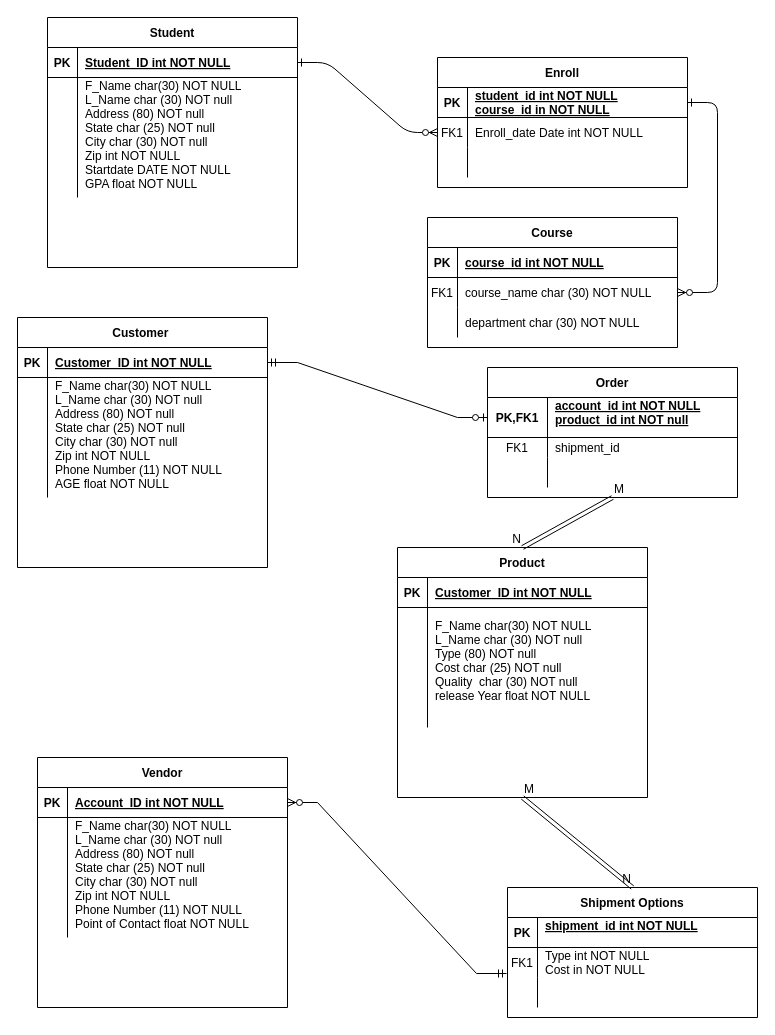
Above: Untitled Diagram.drawio in LaRaya2005/hello-world (draw.io), before the change. Source tidied: cells renumbered, new cells numbered last; positions are measured from the earlier drawing's top-left corner, leaving out a move shared by most shapes. Both pictures are drawn from the tidied source at 100%, with x=0, y=0 at pixel (17, 17).
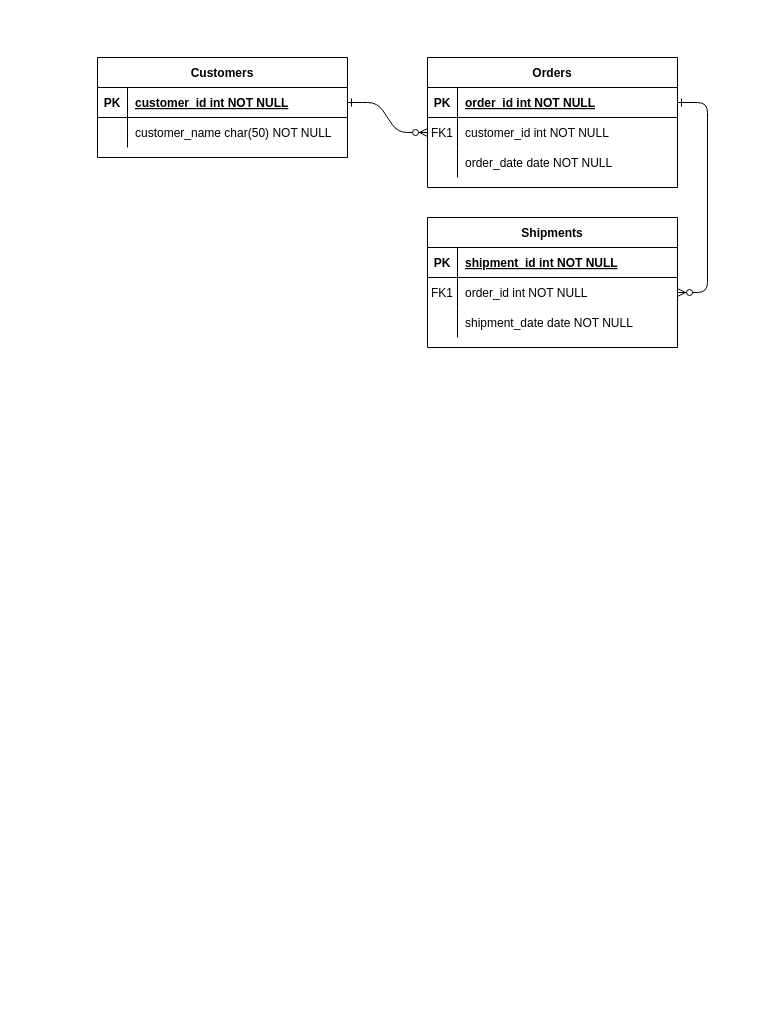
The same diagram, later.

Unchanged cells that the change refers to:
```xml
<mxCell id="5" style="shape=partialRectangle;fillColor=none;points=[[0,0.5],[1,0.5]];portConstraint=eastwest;top=0;left=0;right=0;bottom=1;" parent="4" vertex="1">
  <mxGeometry y="30" width="250" height="30" as="geometry" />
</mxCell>
<mxCell id="8" style="shape=partialRectangle;fillColor=none;points=[[0,0.5],[1,0.5]];portConstraint=eastwest;top=0;left=0;right=0;bottom=0;" parent="4" vertex="1">
  <mxGeometry y="60" width="250" height="30" as="geometry" />
</mxCell>
<mxCell id="11" style="shape=partialRectangle;fillColor=none;top=0;left=0;right=0;bottom=0;" parent="4" vertex="1">
  <mxGeometry y="90" width="250" height="30" as="geometry" />
</mxCell>
<mxCell id="15" style="shape=partialRectangle;fillColor=none;top=0;left=0;right=0;bottom=1;" parent="14" vertex="1">
  <mxGeometry y="30" width="250" height="30" as="geometry" />
</mxCell>
<mxCell id="18" style="shape=partialRectangle;fillColor=none;points=[[0,0.5],[1,0.5]];portConstraint=eastwest;top=0;left=0;right=0;bottom=0;" parent="14" vertex="1">
  <mxGeometry y="60" width="250" height="30" as="geometry" />
</mxCell>
<mxCell id="21" style="shape=partialRectangle;fillColor=none;top=0;left=0;right=0;bottom=0;" parent="14" vertex="1">
  <mxGeometry y="90" width="250" height="30" as="geometry" />
</mxCell>
<mxCell id="25" style="shape=partialRectangle;fillColor=none;points=[[0,0.5],[1,0.5]];portConstraint=eastwest;top=0;left=0;right=0;bottom=1;" parent="24" vertex="1">
  <mxGeometry y="30" width="250" height="30" as="geometry" />
</mxCell>
```

Change to the diagram source:
```diff
@@
-    <mxCell id="4" value="Enroll" style="shape=table;startSize=30;childLayout=tableLayout;rowLines=0;fontStyle=1;align=center;" parent="1" vertex="1">
-      <mxGeometry x="420" y="40" width="250" height="130" as="geometry" />
+    <mxCell id="4" value="Orders" style="shape=table;startSize=30;childLayout=tableLayout;rowLines=0;fontStyle=1;align=center;" parent="1" vertex="1">
+      <mxGeometry x="410" y="40" width="250" height="130" as="geometry" />
     </mxCell>
@@
-    <mxCell id="7" value="student_id int NOT NULL &#10;course_id in NOT NULL" style="shape=partialRectangle;overflow=hidden;fillColor=none;top=0;left=0;bottom=0;right=0;align=left;spacingLeft=6;fontStyle=5;" parent="5" vertex="1">
+    <mxCell id="7" value="order_id int NOT NULL " style="shape=partialRectangle;overflow=hidden;fillColor=none;top=0;left=0;bottom=0;right=0;align=left;spacingLeft=6;fontStyle=5;" parent="5" vertex="1">
       <mxGeometry x="30" width="220" height="30" as="geometry" />
     </mxCell>
@@
-    <mxCell id="10" value="Enroll_date Date int NOT NULL" style="shape=partialRectangle;overflow=hidden;fillColor=none;top=0;left=0;bottom=0;right=0;align=left;spacingLeft=6;" parent="8" vertex="1">
+    <mxCell id="10" value="customer_id int NOT NULL" style="shape=partialRectangle;overflow=hidden;fillColor=none;top=0;left=0;bottom=0;right=0;align=left;spacingLeft=6;" parent="8" vertex="1">
       <mxGeometry x="30" width="220" height="30" as="geometry" />
     </mxCell>
@@
-    <mxCell id="13" style="shape=partialRectangle;overflow=hidden;fillColor=none;top=0;left=0;bottom=0;right=0;align=left;spacingLeft=6;" parent="11" vertex="1">
+    <mxCell id="13" value="order_date date NOT NULL" style="shape=partialRectangle;overflow=hidden;fillColor=none;top=0;left=0;bottom=0;right=0;align=left;spacingLeft=6;" parent="11" vertex="1">
       <mxGeometry x="30" width="220" height="30" as="geometry" />
     </mxCell>
-    <mxCell id="14" value="Course" style="shape=table;startSize=30;childLayout=tableLayout;rowLines=0;fontStyle=1;align=center;" parent="1" vertex="1">
+    <mxCell id="14" value="Shipments" style="shape=table;startSize=30;childLayout=tableLayout;rowLines=0;fontStyle=1;align=center;" parent="1" vertex="1">
       <mxGeometry x="410" y="200" width="250" height="130" as="geometry" />
     </mxCell>
@@
-    <mxCell id="17" value="course_id int NOT NULL " style="shape=partialRectangle;overflow=hidden;fillColor=none;top=0;left=0;bottom=0;right=0;align=left;spacingLeft=6;fontStyle=5;" parent="15" vertex="1">
+    <mxCell id="17" value="shipment_id int NOT NULL " style="shape=partialRectangle;overflow=hidden;fillColor=none;top=0;left=0;bottom=0;right=0;align=left;spacingLeft=6;fontStyle=5;" parent="15" vertex="1">
       <mxGeometry x="30" width="220" height="30" as="geometry" />
     </mxCell>
@@
-    <mxCell id="20" value="course_name char (30) NOT NULL" style="shape=partialRectangle;overflow=hidden;fillColor=none;top=0;left=0;bottom=0;right=0;align=left;spacingLeft=6;" parent="18" vertex="1">
+    <mxCell id="20" value="order_id int NOT NULL" style="shape=partialRectangle;overflow=hidden;fillColor=none;top=0;left=0;bottom=0;right=0;align=left;spacingLeft=6;" parent="18" vertex="1">
       <mxGeometry x="30" width="220" height="30" as="geometry" />
     </mxCell>
@@
-    <mxCell id="23" value="department char (30) NOT NULL" style="shape=partialRectangle;overflow=hidden;fillColor=none;top=0;left=0;bottom=0;right=0;align=left;spacingLeft=6;" parent="21" vertex="1">
+    <mxCell id="23" value="shipment_date date NOT NULL" style="shape=partialRectangle;overflow=hidden;fillColor=none;top=0;left=0;bottom=0;right=0;align=left;spacingLeft=6;" parent="21" vertex="1">
       <mxGeometry x="30" width="220" height="30" as="geometry" />
     </mxCell>
-    <mxCell id="24" value="Student" style="shape=table;startSize=30;childLayout=tableLayout;rowLines=0;fontStyle=1;align=center;" parent="1" vertex="1">
-      <mxGeometry x="30" width="250" height="250" as="geometry" />
+    <mxCell id="24" value="Customers" style="shape=table;startSize=30;childLayout=tableLayout;rowLines=0;fontStyle=1;align=center;" parent="1" vertex="1">
+      <mxGeometry x="80" y="40" width="250" height="100" as="geometry" />
     </mxCell>
@@
-    <mxCell id="27" value="Student_ID int NOT NULL " style="shape=partialRectangle;overflow=hidden;fillColor=none;top=0;left=0;bottom=0;right=0;align=left;spacingLeft=6;fontStyle=5;" parent="25" vertex="1">
+    <mxCell id="27" value="customer_id int NOT NULL " style="shape=partialRectangle;overflow=hidden;fillColor=none;top=0;left=0;bottom=0;right=0;align=left;spacingLeft=6;fontStyle=5;" parent="25" vertex="1">
       <mxGeometry x="30" width="220" height="30" as="geometry" />
     </mxCell>
     <mxCell id="28" style="shape=partialRectangle;fillColor=none;top=0;left=0;right=0;bottom=0;" parent="24" vertex="1">
-      <mxGeometry y="60" width="250" height="120" as="geometry" />
+      <mxGeometry y="60" width="250" height="30" as="geometry" />
     </mxCell>
     <mxCell id="29" style="shape=partialRectangle;overflow=hidden;fillColor=none;top=0;left=0;bottom=0;right=0;" parent="28" vertex="1">
-      <mxGeometry width="30" height="120" as="geometry" />
+      <mxGeometry width="30" height="30" as="geometry" />
     </mxCell>
-    <mxCell id="30" value="F_Name char(30) NOT NULL&#10;L_Name char (30) NOT null&#10;Address (80) NOT null&#10;State char (25) NOT null&#10;City char (30) NOT null&#10;Zip int NOT NULL&#10;Startdate DATE NOT NULL&#10;GPA float NOT NULL&#10;" style="shape=partialRectangle;overflow=hidden;fillColor=none;top=0;left=0;bottom=0;right=0;align=left;spacingLeft=6;" parent="28" vertex="1">
-      <mxGeometry x="30" width="220" height="120" as="geometry" />
+    <mxCell id="30" value="customer_name char(50) NOT NULL" style="shape=partialRectangle;overflow=hidden;fillColor=none;top=0;left=0;bottom=0;right=0;align=left;spacingLeft=6;" parent="28" vertex="1">
+      <mxGeometry x="30" width="220" height="30" as="geometry" />
     </mxCell>
-    <mxCell id="31" value="Customer " style="shape=table;startSize=30;childLayout=tableLayout;rowLines=0;fontStyle=1;align=center;" parent="1" vertex="1">
-      <mxGeometry y="300" width="250" height="250" as="geometry" />
-    </mxCell>
-    <mxCell id="32" style="shape=partialRectangle;fillColor=none;points=[[0,0.5],[1,0.5]];portConstraint=eastwest;top=0;left=0;right=0;bottom=1;" parent="31" vertex="1">
-      <mxGeometry y="30" width="250" height="30" as="geometry" />
-    </mxCell>
-    <mxCell id="33" value="PK" style="shape=partialRectangle;overflow=hidden;fillColor=none;top=0;left=0;bottom=0;right=0;fontStyle=1;" parent="32" vertex="1">
-      <mxGeometry width="30" height="30" as="geometry" />
-    </mxCell>
-    <mxCell id="34" value="Customer_ID int NOT NULL " style="shape=partialRectangle;overflow=hidden;fillColor=none;top=0;left=0;bottom=0;right=0;align=left;spacingLeft=6;fontStyle=5;" parent="32" vertex="1">
-      <mxGeometry x="30" width="220" height="30" as="geometry" />
-    </mxCell>
-    <mxCell id="35" style="shape=partialRectangle;fillColor=none;top=0;left=0;right=0;bottom=0;" parent="31" vertex="1">
-      <mxGeometry y="60" width="250" height="120" as="geometry" />
-    </mxCell>
-    <mxCell id="36" style="shape=partialRectangle;overflow=hidden;fillColor=none;top=0;left=0;bottom=0;right=0;" parent="35" vertex="1">
-      <mxGeometry width="30" height="120" as="geometry" />
-    </mxCell>
-    <mxCell id="37" value="F_Name char(30) NOT NULL&#10;L_Name char (30) NOT null&#10;Address (80) NOT null&#10;State char (25) NOT null&#10;City char (30) NOT null&#10;Zip int NOT NULL&#10;Phone Number (11) NOT NULL&#10;AGE float NOT NULL&#10;" style="shape=partialRectangle;overflow=hidden;fillColor=none;top=0;left=0;bottom=0;right=0;align=left;spacingLeft=6;" parent="35" vertex="1">
-      <mxGeometry x="30" width="220" height="120" as="geometry" />
-    </mxCell>
-    <mxCell id="38" value="Shipment Options" style="shape=table;startSize=30;childLayout=tableLayout;rowLines=0;fontStyle=1;align=center;" parent="1" vertex="1">
-      <mxGeometry x="490" y="870" width="250" height="130" as="geometry" />
-    </mxCell>
-    <mxCell id="39" style="shape=partialRectangle;fillColor=none;top=0;left=0;right=0;bottom=1;" parent="38" vertex="1">
-      <mxGeometry y="30" width="250" height="30" as="geometry" />
-    </mxCell>
-    <mxCell id="40" value="PK" style="shape=partialRectangle;overflow=hidden;fillColor=none;top=0;left=0;bottom=0;right=0;fontStyle=1;" parent="39" vertex="1">
-      <mxGeometry width="30" height="30" as="geometry" />
-    </mxCell>
-    <mxCell id="41" value="shipment_id int NOT NULL &#10;" style="shape=partialRectangle;overflow=hidden;fillColor=none;top=0;left=0;bottom=0;right=0;align=left;spacingLeft=6;fontStyle=5;" parent="39" vertex="1">
-      <mxGeometry x="30" width="220" height="30" as="geometry" />
-    </mxCell>
-    <mxCell id="42" style="shape=partialRectangle;fillColor=none;points=[[0,0.5],[1,0.5]];portConstraint=eastwest;top=0;left=0;right=0;bottom=0;" parent="38" vertex="1">
-      <mxGeometry y="60" width="250" height="30" as="geometry" />
-    </mxCell>
-    <mxCell id="43" value="FK1" style="shape=partialRectangle;overflow=hidden;fillColor=none;top=0;left=0;bottom=0;right=0;" parent="42" vertex="1">
-      <mxGeometry width="30" height="30" as="geometry" />
-    </mxCell>
-    <mxCell id="44" value="Type int NOT NULL&#10;Cost in NOT NULL" style="shape=partialRectangle;overflow=hidden;fillColor=none;top=0;left=0;bottom=0;right=0;align=left;spacingLeft=6;" parent="42" vertex="1">
-      <mxGeometry x="30" width="220" height="30" as="geometry" />
-    </mxCell>
-    <mxCell id="45" style="shape=partialRectangle;fillColor=none;top=0;left=0;right=0;bottom=0;" parent="38" vertex="1">
-      <mxGeometry y="90" width="250" height="30" as="geometry" />
-    </mxCell>
-    <mxCell id="46" style="shape=partialRectangle;overflow=hidden;fillColor=none;top=0;left=0;bottom=0;right=0;" parent="45" vertex="1">
-      <mxGeometry width="30" height="30" as="geometry" />
-    </mxCell>
-    <mxCell id="47" style="shape=partialRectangle;overflow=hidden;fillColor=none;top=0;left=0;bottom=0;right=0;align=left;spacingLeft=6;" parent="45" vertex="1">
-      <mxGeometry x="30" width="220" height="30" as="geometry" />
-    </mxCell>
-    <mxCell id="48" value="Vendor" style="shape=table;startSize=30;childLayout=tableLayout;rowLines=0;fontStyle=1;align=center;" parent="1" vertex="1">
-      <mxGeometry x="20" y="740" width="250" height="250" as="geometry" />
-    </mxCell>
-    <mxCell id="49" style="shape=partialRectangle;fillColor=none;points=[[0,0.5],[1,0.5]];portConstraint=eastwest;top=0;left=0;right=0;bottom=1;" parent="48" vertex="1">
-      <mxGeometry y="30" width="250" height="30" as="geometry" />
-    </mxCell>
-    <mxCell id="50" value="PK" style="shape=partialRectangle;overflow=hidden;fillColor=none;top=0;left=0;bottom=0;right=0;fontStyle=1;" parent="49" vertex="1">
-      <mxGeometry width="30" height="30" as="geometry" />
-    </mxCell>
-    <mxCell id="51" value="Account_ID int NOT NULL " style="shape=partialRectangle;overflow=hidden;fillColor=none;top=0;left=0;bottom=0;right=0;align=left;spacingLeft=6;fontStyle=5;" parent="49" vertex="1">
-      <mxGeometry x="30" width="220" height="30" as="geometry" />
-    </mxCell>
-    <mxCell id="52" style="shape=partialRectangle;fillColor=none;top=0;left=0;right=0;bottom=0;" parent="48" vertex="1">
-      <mxGeometry y="60" width="250" height="120" as="geometry" />
-    </mxCell>
-    <mxCell id="53" style="shape=partialRectangle;overflow=hidden;fillColor=none;top=0;left=0;bottom=0;right=0;" parent="52" vertex="1">
-      <mxGeometry width="30" height="120" as="geometry" />
-    </mxCell>
-    <mxCell id="54" value="F_Name char(30) NOT NULL&#10;L_Name char (30) NOT null&#10;Address (80) NOT null&#10;State char (25) NOT null&#10;City char (30) NOT null&#10;Zip int NOT NULL&#10;Phone Number (11) NOT NULL&#10;Point of Contact float NOT NULL&#10;" style="shape=partialRectangle;overflow=hidden;fillColor=none;top=0;left=0;bottom=0;right=0;align=left;spacingLeft=6;" parent="52" vertex="1">
-      <mxGeometry x="30" width="220" height="120" as="geometry" />
-    </mxCell>
-    <mxCell id="55" value="Order" style="shape=table;startSize=30;childLayout=tableLayout;rowLines=0;fontStyle=1;align=center;" parent="1" vertex="1">
-      <mxGeometry x="470" y="350" width="250" height="130" as="geometry" />
-    </mxCell>
-    <mxCell id="56" style="shape=partialRectangle;fillColor=none;points=[[0,0.5],[1,0.5]];portConstraint=eastwest;top=0;left=0;right=0;bottom=1;" parent="55" vertex="1">
-      <mxGeometry y="30" width="250" height="40" as="geometry" />
-    </mxCell>
-    <mxCell id="57" value="PK,FK1" style="shape=partialRectangle;overflow=hidden;fillColor=none;top=0;left=0;bottom=0;right=0;fontStyle=1;" parent="56" vertex="1">
-      <mxGeometry width="60" height="40" as="geometry" />
-    </mxCell>
-    <mxCell id="58" value="account_id int NOT NULL &#10;product_id int NOT null&#10;" style="shape=partialRectangle;overflow=hidden;fillColor=none;top=0;left=0;bottom=0;right=0;align=left;spacingLeft=6;fontStyle=5;" parent="56" vertex="1">
-      <mxGeometry x="60" width="190" height="40" as="geometry" />
-    </mxCell>
-    <mxCell id="59" style="shape=partialRectangle;fillColor=none;top=0;left=0;right=0;bottom=0;" parent="55" vertex="1">
-      <mxGeometry y="70" width="250" height="20" as="geometry" />
-    </mxCell>
-    <mxCell id="60" value="FK1" style="shape=partialRectangle;overflow=hidden;fillColor=none;top=0;left=0;bottom=0;right=0;" parent="59" vertex="1">
-      <mxGeometry width="60" height="20" as="geometry" />
-    </mxCell>
-    <mxCell id="61" value="shipment_id" style="shape=partialRectangle;overflow=hidden;fillColor=none;top=0;left=0;bottom=0;right=0;align=left;spacingLeft=6;" parent="59" vertex="1">
-      <mxGeometry x="60" width="190" height="20" as="geometry" />
-    </mxCell>
-    <mxCell id="62" style="shape=partialRectangle;fillColor=none;top=0;left=0;right=0;bottom=0;" parent="55" vertex="1">
-      <mxGeometry y="90" width="250" height="30" as="geometry" />
-    </mxCell>
-    <mxCell id="63" style="shape=partialRectangle;overflow=hidden;fillColor=none;top=0;left=0;bottom=0;right=0;" parent="62" vertex="1">
-      <mxGeometry width="60" height="30" as="geometry" />
-    </mxCell>
-    <mxCell id="64" style="shape=partialRectangle;overflow=hidden;fillColor=none;top=0;left=0;bottom=0;right=0;align=left;spacingLeft=6;" parent="62" vertex="1">
-      <mxGeometry x="60" width="190" height="30" as="geometry" />
-    </mxCell>
-    <mxCell id="65" style="edgeStyle=entityRelationEdgeStyle;fontSize=12;html=1;endArrow=ERzeroToOne;startArrow=ERmandOne;rounded=0;exitX=1;exitY=0.5;exitDx=0;exitDy=0;entryX=0;entryY=0.5;entryDx=0;entryDy=0;" parent="1" edge="1" source="32" target="56">
-      <mxGeometry relative="1" as="geometry">
-        <Array as="points">
-          <mxPoint x="380" y="450" />
-        </Array>
-      </mxGeometry>
-    </mxCell>
-    <mxCell id="66" value="Product" style="shape=table;startSize=30;childLayout=tableLayout;rowLines=0;fontStyle=1;align=center;" parent="1" vertex="1">
-      <mxGeometry x="380" y="530" width="250" height="250" as="geometry" />
-    </mxCell>
-    <mxCell id="67" style="shape=partialRectangle;fillColor=none;top=0;left=0;right=0;bottom=1;" parent="66" vertex="1">
-      <mxGeometry y="30" width="250" height="30" as="geometry" />
-    </mxCell>
-    <mxCell id="68" value="PK" style="shape=partialRectangle;overflow=hidden;fillColor=none;top=0;left=0;bottom=0;right=0;fontStyle=1;" parent="67" vertex="1">
-      <mxGeometry width="30" height="30" as="geometry" />
-    </mxCell>
-    <mxCell id="69" value="Customer_ID int NOT NULL " style="shape=partialRectangle;overflow=hidden;fillColor=none;top=0;left=0;bottom=0;right=0;align=left;spacingLeft=6;fontStyle=5;" parent="67" vertex="1">
-      <mxGeometry x="30" width="220" height="30" as="geometry" />
-    </mxCell>
-    <mxCell id="70" style="shape=partialRectangle;fillColor=none;top=0;left=0;right=0;bottom=0;" parent="66" vertex="1">
-      <mxGeometry y="60" width="250" height="120" as="geometry" />
-    </mxCell>
-    <mxCell id="71" style="shape=partialRectangle;overflow=hidden;fillColor=none;top=0;left=0;bottom=0;right=0;" parent="70" vertex="1">
-      <mxGeometry width="30" height="120" as="geometry" />
-    </mxCell>
-    <mxCell id="72" value="F_Name char(30) NOT NULL&#10;L_Name char (30) NOT null&#10;Type (80) NOT null&#10;Cost char (25) NOT null&#10;Quality  char (30) NOT null&#10;release Year float NOT NULL&#10;" style="shape=partialRectangle;overflow=hidden;fillColor=none;top=0;left=0;bottom=0;right=0;align=left;spacingLeft=6;" parent="70" vertex="1">
-      <mxGeometry x="30" width="220" height="120" as="geometry" />
-    </mxCell>
-    <mxCell id="73" style="edgeStyle=entityRelationEdgeStyle;fontSize=12;html=1;endArrow=ERzeroToMany;startArrow=ERmandOne;rounded=0;entryX=1;entryY=0.5;entryDx=0;entryDy=0;exitX=-0.004;exitY=0.867;exitDx=0;exitDy=0;exitPerimeter=0;" parent="1" edge="1" source="42" target="49">
-      <mxGeometry relative="1" as="geometry">
-        <Array as="points">
-          <mxPoint x="270" y="640" />
-        </Array>
-      </mxGeometry>
-    </mxCell>
-    <mxCell id="74" style="shape=link;html=1;rounded=0;entryX=0.5;entryY=0;entryDx=0;entryDy=0;exitX=0.5;exitY=1;exitDx=0;exitDy=0;" parent="1" edge="1" source="66" target="38">
-      <mxGeometry relative="1" as="geometry" />
-    </mxCell>
-    <mxCell id="75" value="M" style="html=1;whiteSpace=wrap;align=left;verticalAlign=bottom;" parent="74" vertex="1">
-      <mxGeometry x="-1" relative="1" as="geometry" />
-    </mxCell>
-    <mxCell id="76" value="N" style="html=1;whiteSpace=wrap;align=right;verticalAlign=bottom;" parent="74" vertex="1">
-      <mxGeometry x="1" relative="1" as="geometry" />
-    </mxCell>
-    <mxCell id="77" style="shape=link;html=1;rounded=0;entryX=0.5;entryY=0;entryDx=0;entryDy=0;exitX=0.5;exitY=1;exitDx=0;exitDy=0;" parent="1" edge="1" source="55" target="66">
-      <mxGeometry relative="1" as="geometry" />
-    </mxCell>
-    <mxCell id="78" value="M" style="html=1;whiteSpace=wrap;align=left;verticalAlign=bottom;" parent="77" vertex="1">
-      <mxGeometry x="-1" relative="1" as="geometry" />
-    </mxCell>
-    <mxCell id="79" value="N" style="html=1;whiteSpace=wrap;align=right;verticalAlign=bottom;" parent="77" vertex="1">
-      <mxGeometry x="1" relative="1" as="geometry" />
-    </mxCell>
```
